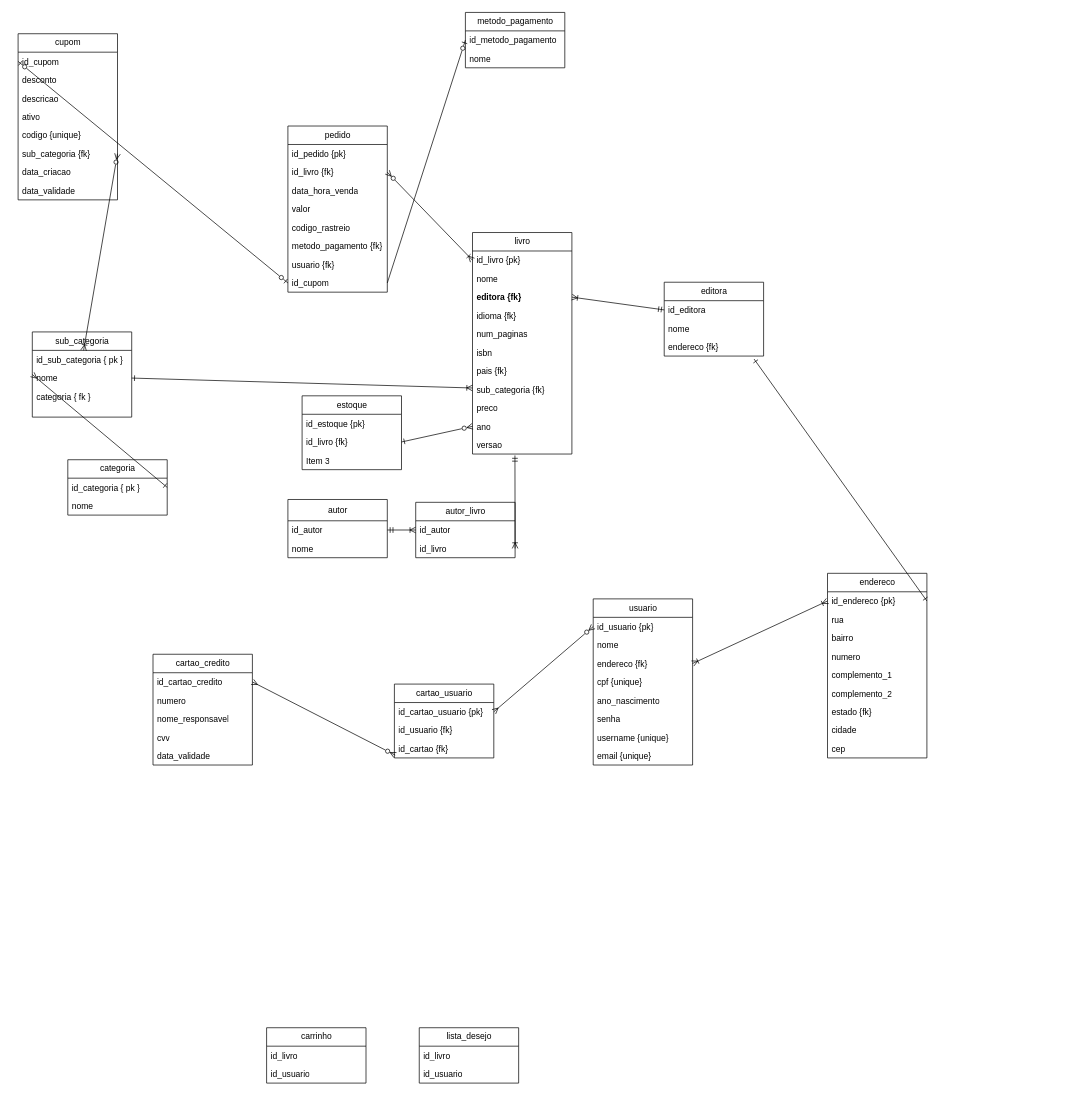
This is documentacao/modelagem.drawio from GusDev0258/55DSW-Livraria-back-end, a draw.io file, before an edit. Source tidied: cells renumbered, new cells numbered last; positions are measured from the earlier drawing's top-left corner, leaving out a move shared by most shapes. Both pictures are drawn from the tidied source at 71%, with x=0, y=0 at pixel (18, 12).
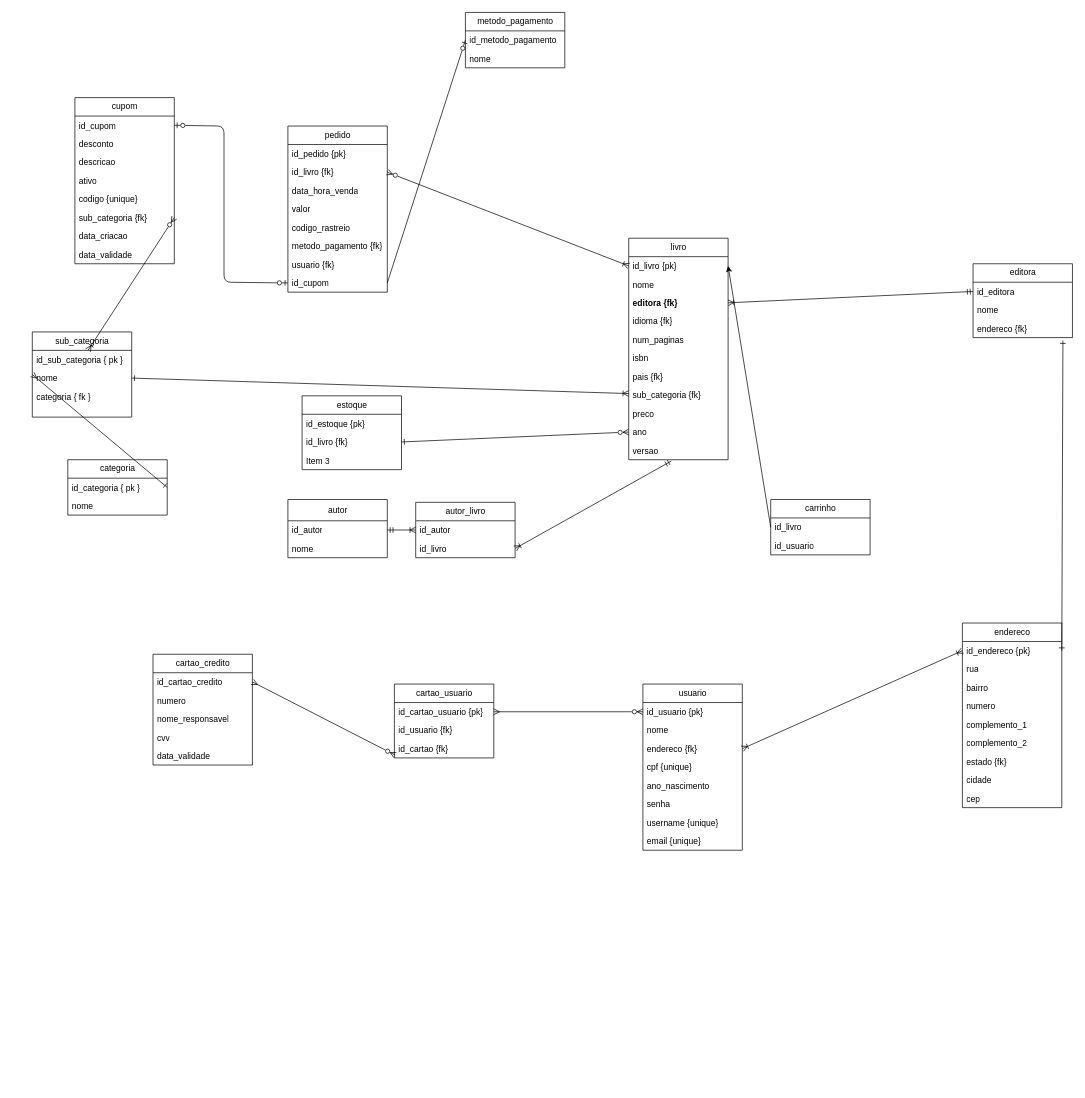
The same diagram, later.

Unchanged cells that the change refers to:
```xml
<mxCell id="10" value="id_livro {pk}" style="text;strokeColor=none;fillColor=none;align=left;verticalAlign=top;spacingLeft=4;spacingRight=4;overflow=hidden;points=[[0,0.5],[1,0.5]];portConstraint=eastwest;whiteSpace=wrap;html=1;" parent="9" vertex="1">
  <mxGeometry y="26" width="140" height="26" as="geometry" />
</mxCell>
<mxCell id="29" value="id_cupom" style="text;strokeColor=none;fillColor=none;align=left;verticalAlign=top;spacingLeft=4;spacingRight=4;overflow=hidden;points=[[0,0.5],[1,0.5]];portConstraint=eastwest;whiteSpace=wrap;html=1;" parent="21" vertex="1">
  <mxGeometry y="208" width="140" height="26" as="geometry" />
</mxCell>
<mxCell id="74" value="id_livro" style="text;strokeColor=none;fillColor=none;align=left;verticalAlign=top;spacingLeft=4;spacingRight=4;overflow=hidden;points=[[0,0.5],[1,0.5]];portConstraint=eastwest;whiteSpace=wrap;html=1;" parent="73" vertex="1">
  <mxGeometry y="26" width="140" height="26" as="geometry" />
</mxCell>
<mxCell id="83" value="id_cupom" style="text;strokeColor=none;fillColor=none;align=left;verticalAlign=top;spacingLeft=4;spacingRight=4;overflow=hidden;points=[[0,0.5],[1,0.5]];portConstraint=eastwest;whiteSpace=wrap;html=1;" parent="82" vertex="1">
  <mxGeometry y="26" width="140" height="26" as="geometry" />
</mxCell>
```

Diff of the diagram source:
```diff
@@
     <mxCell id="9" value="livro" style="swimlane;fontStyle=0;horizontal=1;startSize=26;fillColor=none;html=1;" parent="1" vertex="1">
-      <mxGeometry x="640" y="310" width="140" height="312" as="geometry" />
+      <mxGeometry x="860" y="318" width="140" height="312" as="geometry" />
     </mxCell>
@@
     <mxCell id="37" value="editora" style="swimlane;fontStyle=0;horizontal=1;startSize=26;fillColor=none;html=1;" parent="1" vertex="1">
-      <mxGeometry x="910" y="380" width="140" height="104" as="geometry" />
+      <mxGeometry x="1345" y="354" width="140" height="104" as="geometry" />
     </mxCell>
@@
     <mxCell id="41" value="usuario" style="swimlane;fontStyle=0;horizontal=1;startSize=26;fillColor=none;html=1;" parent="1" vertex="1">
-      <mxGeometry x="810" y="826" width="140" height="234" as="geometry" />
+      <mxGeometry x="880" y="946" width="140" height="234" as="geometry" />
     </mxCell>
@@
     <mxCell id="50" value="endereco" style="swimlane;fontStyle=0;horizontal=1;startSize=26;fillColor=none;html=1;" parent="1" vertex="1">
-      <mxGeometry x="1140" y="790" width="140" height="260" as="geometry" />
+      <mxGeometry x="1330" y="860" width="140" height="260" as="geometry" />
     </mxCell>
@@
     <mxCell id="73" value="carrinho" style="swimlane;fontStyle=0;horizontal=1;startSize=26;fillColor=none;html=1;" parent="1" vertex="1">
-      <mxGeometry x="350" y="1430" width="140" height="78" as="geometry" />
+      <mxGeometry x="1060" y="686" width="140" height="78" as="geometry" />
     </mxCell>
@@
-    <mxCell id="79" value="lista_desejo" style="swimlane;fontStyle=0;horizontal=1;startSize=26;fillColor=none;html=1;" parent="1" vertex="1">
-      <mxGeometry x="565" y="1430" width="140" height="78" as="geometry" />
-    </mxCell>
-    <mxCell id="80" value="id_livro" style="text;strokeColor=none;fillColor=none;align=left;verticalAlign=top;spacingLeft=4;spacingRight=4;overflow=hidden;whiteSpace=wrap;html=1;" parent="79" vertex="1">
-      <mxGeometry y="26" width="140" height="26" as="geometry" />
-    </mxCell>
-    <mxCell id="81" value="id_usuario" style="text;strokeColor=none;fillColor=none;align=left;verticalAlign=top;spacingLeft=4;spacingRight=4;overflow=hidden;whiteSpace=wrap;html=1;" parent="79" vertex="1">
-      <mxGeometry y="52" width="140" height="26" as="geometry" />
-    </mxCell>
     <mxCell id="82" value="cupom" style="swimlane;fontStyle=0;horizontal=1;startSize=26;fillColor=none;html=1;" parent="1" vertex="1">
-      <mxGeometry y="30" width="140" height="234" as="geometry" />
+      <mxGeometry x="80" y="120" width="140" height="234" as="geometry" />
     </mxCell>
@@
-    <mxCell id="96" style="edgeStyle=none;html=1;exitX=0;exitY=0.5;exitDx=0;exitDy=0;entryX=0;entryY=0.5;entryDx=0;entryDy=0;startArrow=ERzeroToOne;startFill=0;endArrow=ERzeroToOne;endFill=0;" parent="1" edge="1" source="83" target="29">
-      <mxGeometry relative="1" as="geometry" />
+    <mxCell id="96" style="edgeStyle=none;html=1;exitX=1;exitY=0.5;exitDx=0;exitDy=0;entryX=0;entryY=0.5;entryDx=0;entryDy=0;startArrow=ERzeroToOne;startFill=0;endArrow=ERzeroToOne;endFill=0;" parent="1" edge="1" source="83" target="29">
+      <mxGeometry relative="1" as="geometry">
+        <Array as="points">
+          <mxPoint x="290" y="160" />
+          <mxPoint x="290" y="380" />
+        </Array>
+      </mxGeometry>
     </mxCell>
@@
+    <mxCell id="105" style="edgeStyle=none;html=1;exitX=0;exitY=0.5;exitDx=0;exitDy=0;entryX=1;entryY=0.5;entryDx=0;entryDy=0;" parent="1" edge="1" source="74" target="10">
+      <mxGeometry relative="1" as="geometry" />
+    </mxCell>
```
